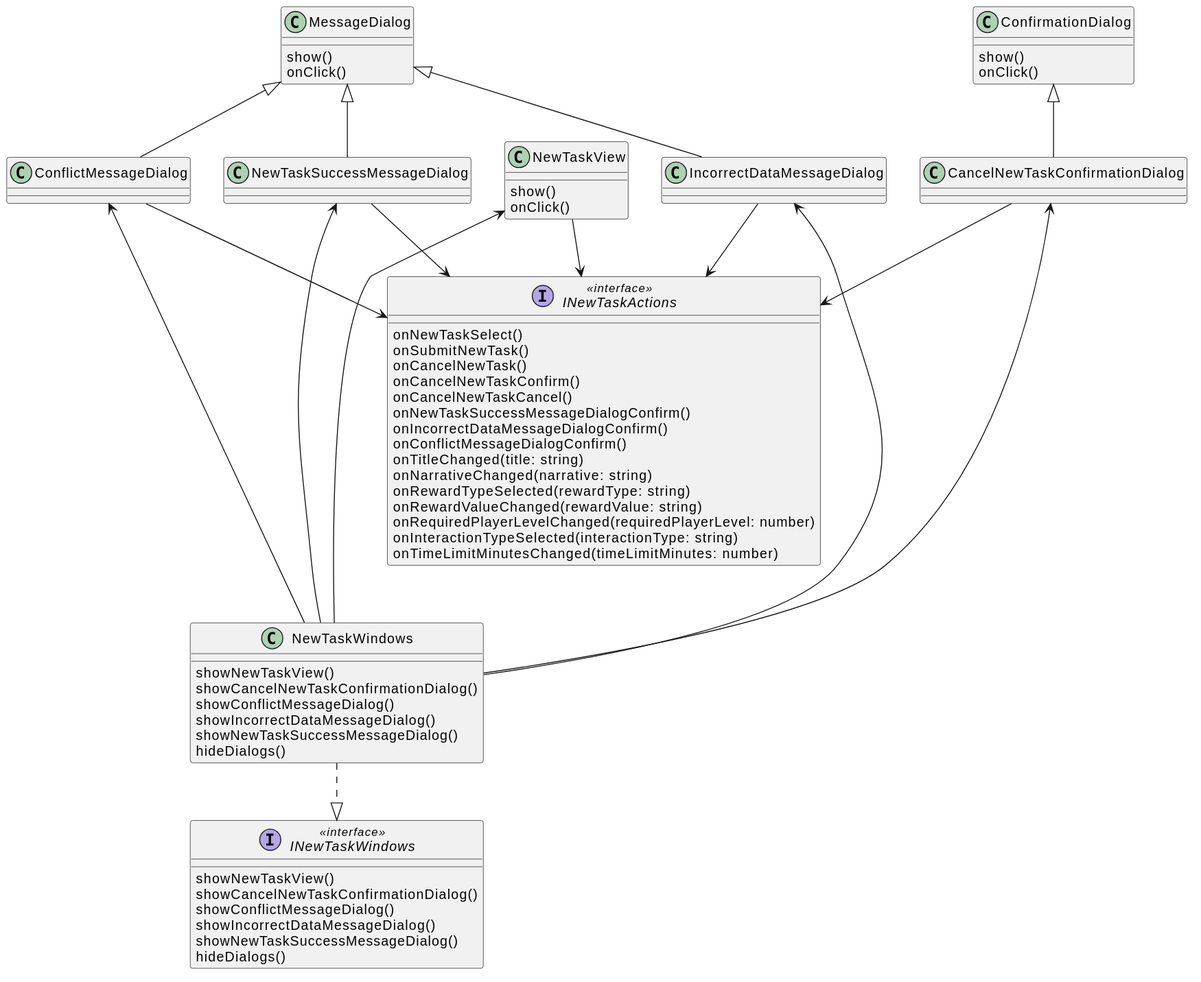
Above: diagrams/frontend/rendered/new-task-view.svg in Igor-Ochocki/POP-2026Z (PlantUML), before the change.
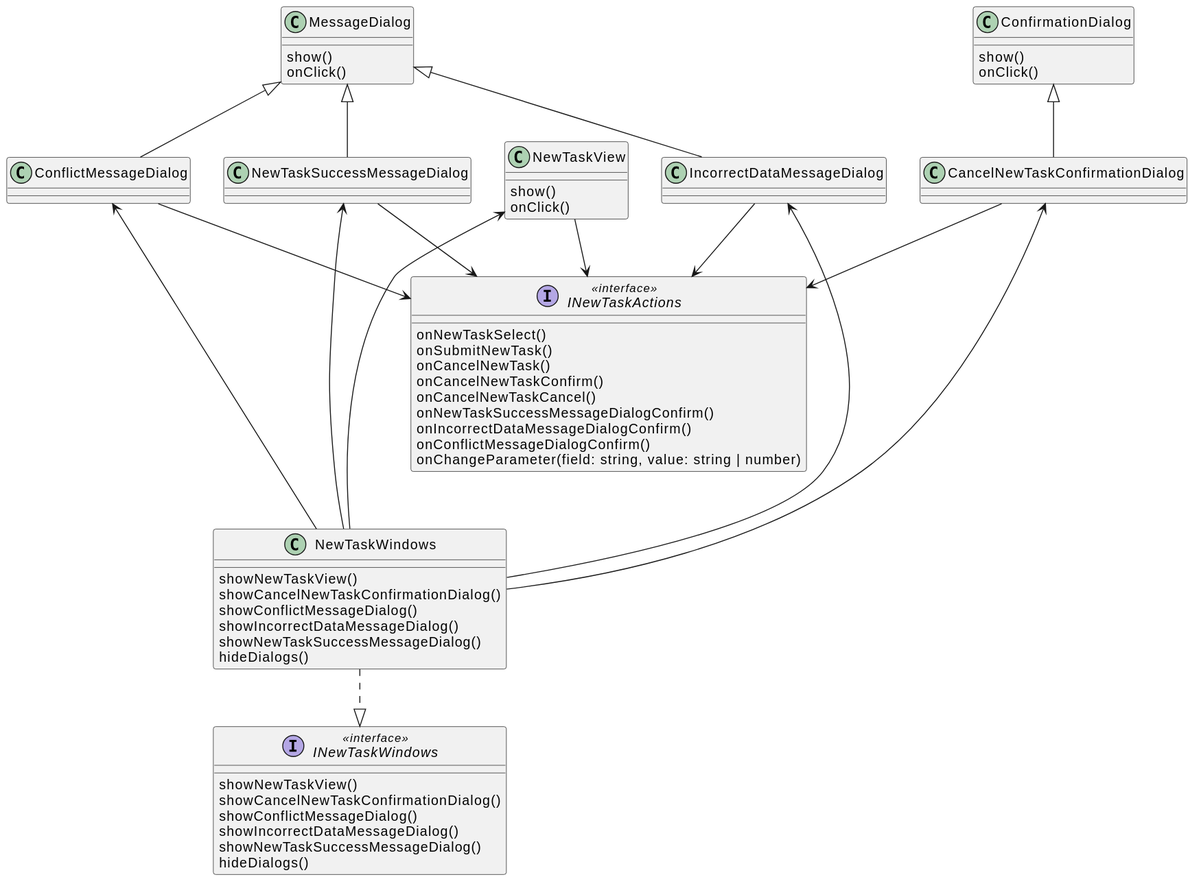
After the commit.

Diff of the diagram source:
```diff
@@ -34,13 +34,7 @@
     onNewTaskSuccessMessageDialogConfirm()
     onIncorrectDataMessageDialogConfirm()
     onConflictMessageDialogConfirm()
-    onTitleChanged(title: string)
-    onNarrativeChanged(narrative: string)
-    onRewardTypeSelected(rewardType: string)
-    onRewardValueChanged(rewardValue: string)
-    onRequiredPlayerLevelChanged(requiredPlayerLevel: number)
-    onInteractionTypeSelected(interactionType: string)
-    onTimeLimitMinutesChanged(timeLimitMinutes: number)
+    onChangeParameter(field: string, value: string | number)
 }
 
 INewTaskActions <-u- CancelNewTaskConfirmationDialog
```
